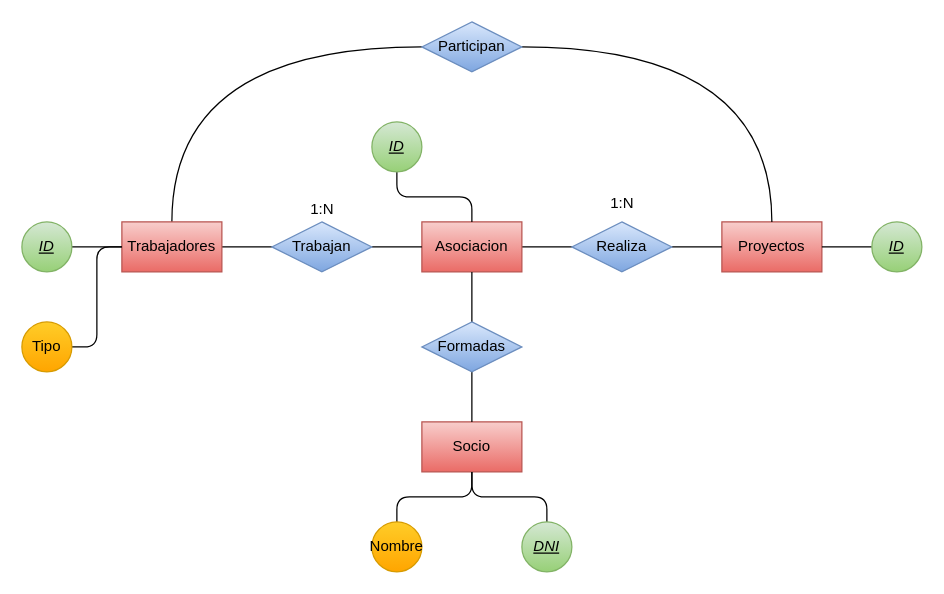
Before: BAE/tema1/tareas/ong_repaso.drawio in toninavhd/1-DAW_pt2, a draw.io diagram. Source tidied: cells renumbered, new cells numbered last; positions are measured from the earlier drawing's top-left corner, leaving out a move shared by most shapes. Both pictures are drawn from the tidied source at 125%, with x=0, y=0 at pixel (21, 21).
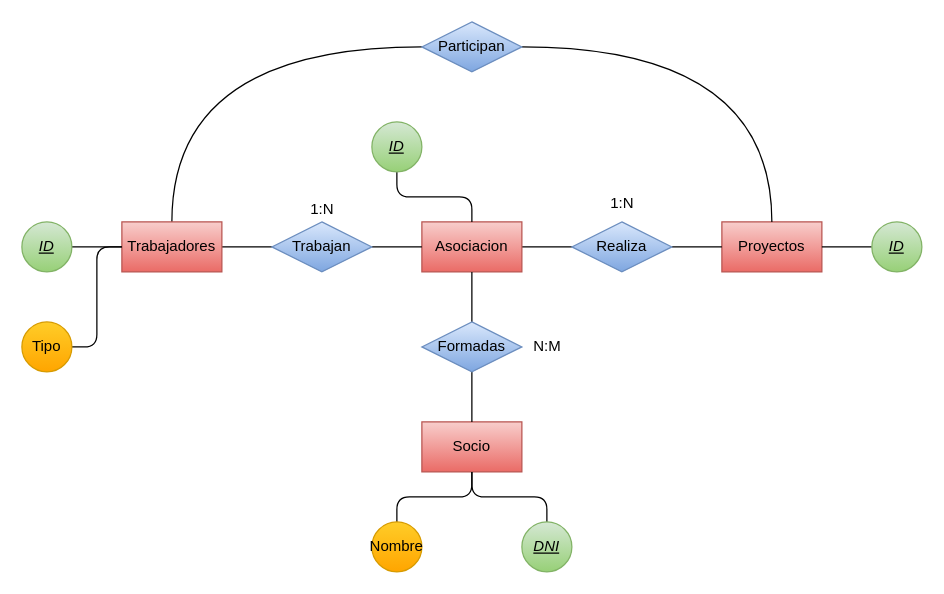
Above is the later version.

Change to the diagram source:
```diff
@@
+    <mxCell id="32" value="N:M" style="text;html=1;align=center;verticalAlign=middle;strokeColor=none;fillColor=none;" parent="1" vertex="1">
+      <mxGeometry x="395" y="245" width="50" height="30" as="geometry" />
+    </mxCell>
```
